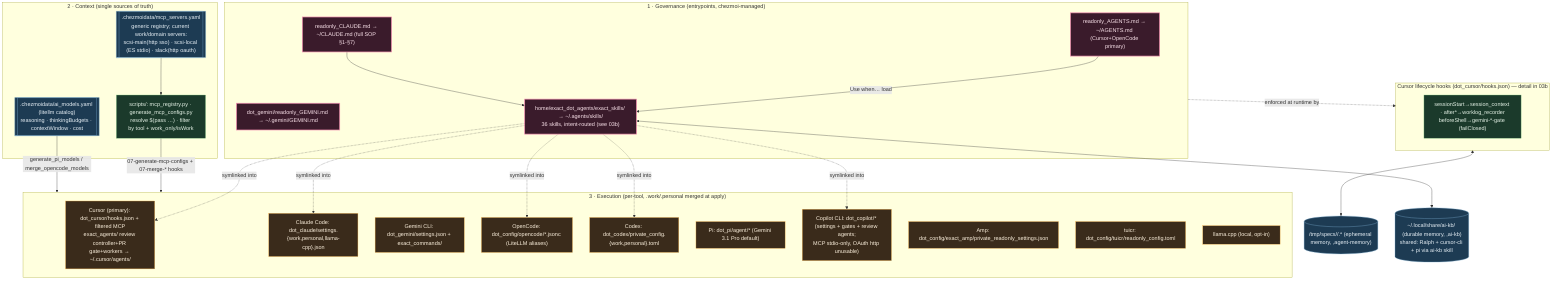
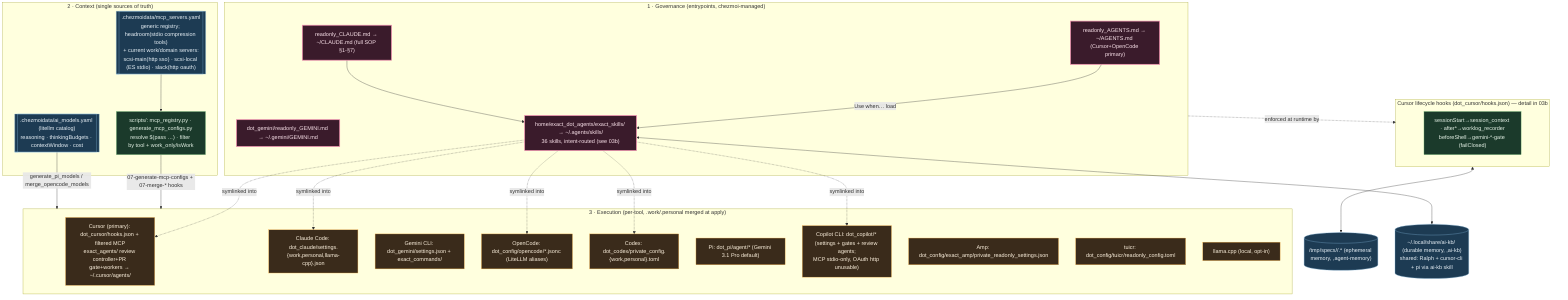
%% ============================================================================
%% 03-agentic-os.mmd — Agentic OS: governance + context + execution layers.
%% Entry SOPs + MCP/model registries + per-tool config generation.
%% Skills/hooks file-level detail → 03b. Per-tool config files → 12.
%% ============================================================================
flowchart TB
    classDef gov fill:#3a1b2b,stroke:#f48fb1,color:#fce4ec,stroke-width:2px;
    classDef ctx fill:#1b3a2b,stroke:#81c784,color:#e8f5e9;
    classDef exec fill:#3a2b1b,stroke:#ffb74d,color:#fff3e0;
    classDef data fill:#1d3b53,stroke:#7fb3d5,color:#eaf2f8;

    subgraph GOV["1 · Governance (entrypoints, chezmoi-managed)"]
        AG["readonly_AGENTS.md → ~/AGENTS.md (Cursor+OpenCode primary)"]:::gov
        CL["readonly_CLAUDE.md → ~/CLAUDE.md (full SOP §1-§7)"]:::gov
        GM["dot_gemini/readonly_GEMINI.md → ~/.gemini/GEMINI.md"]:::gov
        SK["home/exact_dot_agents/exact_skills/ → ~/.agents/skills/<br/>36 skills, intent-routed (see 03b)"]:::gov
        AG -->|Use when… load| SK
        CL --> SK
    end

    subgraph CTX["2 · Context (single sources of truth)"]
-         REG[[".chezmoidata/mcp_servers.yaml<br/>generic registry; current work/domain servers:<br/>scsi-main(http sso) · scsi-local (ES stdio) · slack(http oauth)"]]:::data
+         REG[[".chezmoidata/mcp_servers.yaml<br/>generic registry; headroom(stdio compression tools)<br/>+ current work/domain servers:<br/>scsi-main(http sso) · scsi-local (ES stdio) · slack(http oauth)"]]:::data
        MODELS[[".chezmoidata/ai_models.yaml (litellm catalog)<br/>reasoning · thinkingBudgets · contextWindow · cost"]]:::data
        GEN["scripts/: mcp_registry.py · generate_mcp_configs.py<br/>resolve $(pass …) · filter by tool + work_only/isWork"]:::ctx
        REG --> GEN
    end

    subgraph EXECL["3 · Execution (per-tool, .work/.personal merged at apply)"]
        CURSOR["Cursor (primary): dot_cursor/hooks.json + filtered MCP<br/>exact_agents/ review controller+PR gate+workers → ~/.cursor/agents/"]:::exec
        CLAUDE["Claude Code: dot_claude/settings.{work,personal,llama-cpp}.json"]:::exec
        GEMINI["Gemini CLI: dot_gemini/settings.json + exact_commands/"]:::exec
        OPENCODE["OpenCode: dot_config/opencode/*.jsonc (LiteLLM aliases)"]:::exec
        CODEX["Codex: dot_codex/private_config.{work,personal}.toml"]:::exec
        PI["Pi: dot_pi/agent/* (Gemini 3.1 Pro default)"]:::exec
        COPILOT["Copilot CLI: dot_copilot/* (settings + gates + review agents;<br/>MCP stdio-only, OAuth http unusable)"]:::exec
        AMP["Amp: dot_config/exact_amp/private_readonly_settings.json"]:::exec
        TUICR["tuicr: dot_config/tuicr/readonly_config.toml"]:::exec
        LOCAL["llama.cpp (local, opt-in)"]:::exec
    end

    GEN -->|07-generate-mcp-configs + 07-merge-* hooks| EXECL
    MODELS -->|generate_pi_models / merge_opencode_models| EXECL
    SK -. symlinked into .-> CURSOR & CLAUDE & OPENCODE & CODEX & COPILOT

    subgraph HOOKS["Cursor lifecycle hooks (dot_cursor/hooks.json) — detail in 03b"]
        H["sessionStart→session_context · after*→worklog_recorder<br/>beforeShell→gemini-*-gate (failClosed)"]:::ctx
    end
    GOV -.enforced at runtime by.-> HOOKS
    MEM[("/tmp/specs/<pwd>/<topic>.* (ephemeral memory, ,agent-memory)")]:::data
    HOOKS <--> MEM
    KBDB[("~/.local/share/ai-kb/ (durable memory, ,ai-kb)<br/>shared: Ralph + cursor-cli + pi via ai-kb skill")]:::data
    SK <--> KBDB
